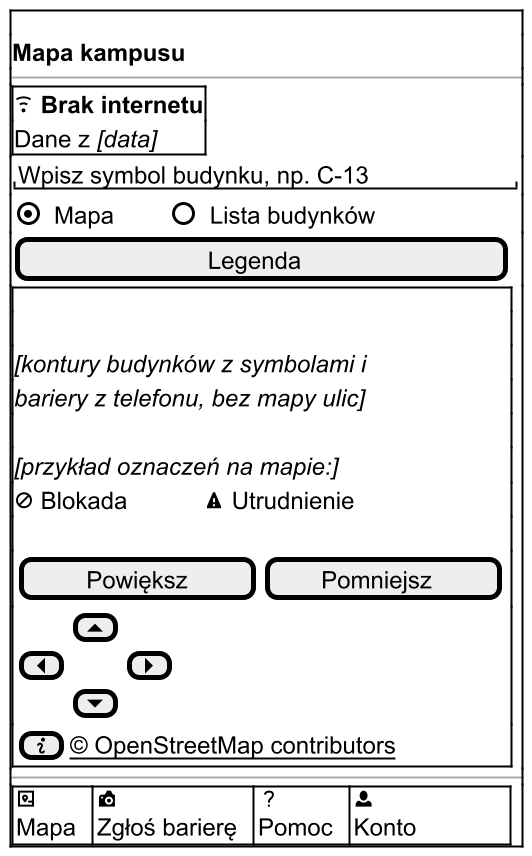
Earlier version of the PlantUML export docs/docs/_generated/m-v1-mapa-brak-sieci.png (dostepny-kampus/dostepny-kampus). The source it was exported from:
```plantuml
@startsalt
' V1 Mapa kampusu, brak sieci: kontury i bariery z telefonu, bez mapy ulic.
!include _wspolne.iuml
!include _odwiedzajacy.iuml
$ekran_poczatek()
$naglowek_startowy("Mapa kampusu")
$brak_internetu("Dane z <i>[data]</i>")
$pole_tekstowe("Wpisz symbol budynku, np. C-13")
$przelacznik("Mapa", "Lista budynków", 1)
$przycisk("Legenda")
$mapa("kontury budynków z symbolami i bariery z telefonu, bez mapy ulic", $blokada() + $dk_spacje(6) + $utrudnienie(), "info")
$pasek_dolny_konto()
$ekran_koniec()
@endsalt
```
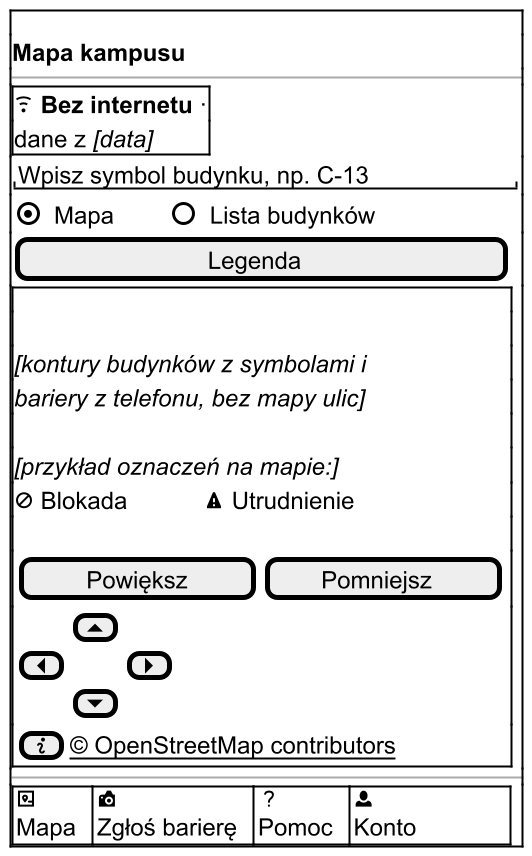
Later version of the same file.

Diff of the diagram source:
```diff
@@ -4,7 +4,7 @@
 !include _odwiedzajacy.iuml
 $ekran_poczatek()
 $naglowek_startowy("Mapa kampusu")
-$brak_internetu("Dane z <i>[data]</i>")
+$brak_internetu("dane z <i>[data]</i>")
 $pole_tekstowe("Wpisz symbol budynku, np. C-13")
 $przelacznik("Mapa", "Lista budynków", 1)
 $przycisk("Legenda")
```
